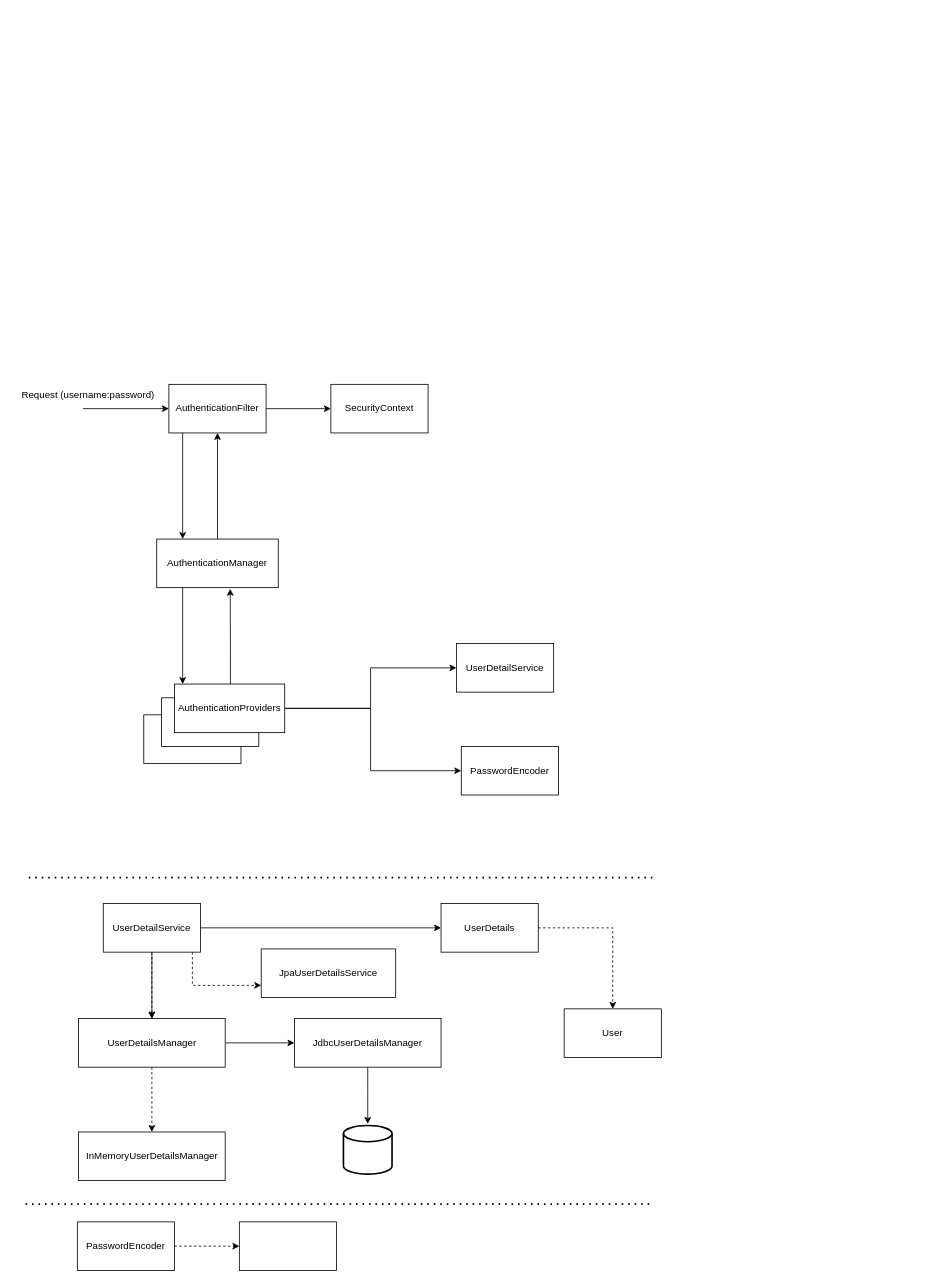
Earlier version of the draw.io diagram Spring security architecture-1.drawio (usernameAshu/spring-security-poc). Source tidied: cells renumbered, new cells numbered last; positions are measured from the earlier drawing's top-left corner, leaving out a move shared by most shapes. Both pictures are drawn from the tidied source at 81%, with x=0, y=0 at pixel (14, 384).
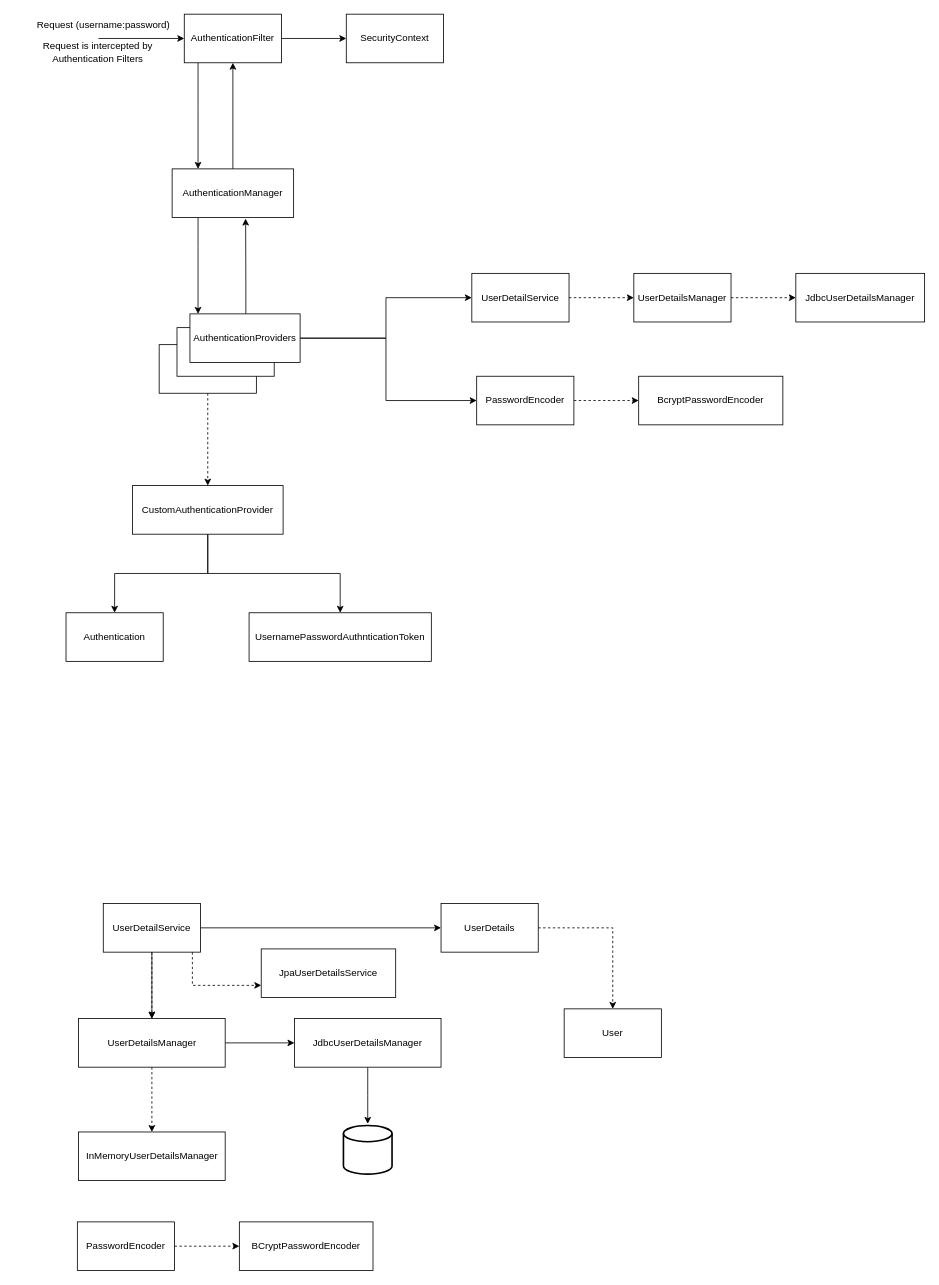
Above is the later version.

Commit message (it also covers changes not shown here):
implementing Custom Authentication provider

Change to the diagram source:
```diff
@@
     <mxCell id="2" style="edgeStyle=orthogonalEdgeStyle;rounded=0;jettySize=auto;html=1;" parent="1" edge="1" source="4" target="9">
       <mxGeometry relative="1" as="geometry">
         <Array as="points">
-          <mxPoint x="208" y="113" />
-          <mxPoint x="208" y="113" />
+          <mxPoint x="227" y="-344" />
+          <mxPoint x="227" y="-344" />
         </Array>
       </mxGeometry>
     </mxCell>
@@
     <mxCell id="4" value="AuthenticationFilter" style="rounded=0;whiteSpace=wrap;html=1;" parent="1" vertex="1">
-      <mxGeometry x="191" width="120" height="60" as="geometry" />
+      <mxGeometry x="210" y="-457" width="120" height="60" as="geometry" />
     </mxCell>
     <mxCell id="5" style="endArrow=classic;html=1;rounded=0;entryX=0;entryY=0.5;entryDx=0;entryDy=0;" parent="1" edge="1" target="4">
       <mxGeometry relative="1" as="geometry">
-        <mxPoint x="85" y="30" as="sourcePoint" />
+        <mxPoint x="104" y="-427" as="sourcePoint" />
       </mxGeometry>
     </mxCell>
     <mxCell id="6" value="Request (username:password)" style="text;html=1;align=center;verticalAlign=middle;strokeColor=none;fillColor=none;" parent="1" vertex="1">
-      <mxGeometry width="182" height="26" as="geometry" />
+      <mxGeometry x="19" y="-457" width="182" height="26" as="geometry" />
     </mxCell>
     <mxCell id="7" style="edgeStyle=orthogonalEdgeStyle;rounded=0;jettySize=auto;html=1;" parent="1" edge="1" source="9" target="15">
       <mxGeometry relative="1" as="geometry">
         <Array as="points">
-          <mxPoint x="208" y="288" />
-          <mxPoint x="208" y="288" />
+          <mxPoint x="227" y="-169" />
+          <mxPoint x="227" y="-169" />
         </Array>
       </mxGeometry>
     </mxCell>
@@
     <mxCell id="9" value="AuthenticationManager" style="rounded=0;whiteSpace=wrap;html=1;" parent="1" vertex="1">
-      <mxGeometry x="176" y="191" width="150" height="60" as="geometry" />
+      <mxGeometry x="195" y="-266" width="150" height="60" as="geometry" />
     </mxCell>
+    <mxCell id="40" style="edgeStyle=orthogonalEdgeStyle;rounded=0;jettySize=auto;html=1;dashed=1;" parent="1" edge="1" source="10" target="49">
+      <mxGeometry relative="1" as="geometry" />
+    </mxCell>
     <mxCell id="10" style="rounded=0;whiteSpace=wrap;html=1;" parent="1" vertex="1">
-      <mxGeometry x="160" y="408" width="120" height="60" as="geometry" />
+      <mxGeometry x="179" y="-49" width="120" height="60" as="geometry" />
     </mxCell>
     <mxCell id="11" style="rounded=0;whiteSpace=wrap;html=1;" parent="1" vertex="1">
-      <mxGeometry x="182" y="387" width="120" height="60" as="geometry" />
+      <mxGeometry x="201" y="-70" width="120" height="60" as="geometry" />
     </mxCell>
     <mxCell id="12" style="edgeStyle=orthogonalEdgeStyle;rounded=0;jettySize=auto;html=1;" parent="1" edge="1" source="15" target="16">
       <mxGeometry relative="1" as="geometry">
         <Array as="points">
-          <mxPoint x="440" y="400" />
-          <mxPoint x="440" y="350" />
+          <mxPoint x="459" y="-57" />
+          <mxPoint x="459" y="-107" />
         </Array>
       </mxGeometry>
     </mxCell>
     <mxCell id="13" style="edgeStyle=orthogonalEdgeStyle;rounded=0;jettySize=auto;html=1;entryX=0;entryY=0.5;entryDx=0;entryDy=0;" parent="1" edge="1" source="15" target="17">
       <mxGeometry relative="1" as="geometry">
         <Array as="points">
-          <mxPoint x="440" y="400" />
-          <mxPoint x="440" y="477" />
+          <mxPoint x="459" y="-57" />
+          <mxPoint x="459" y="20" />
         </Array>
       </mxGeometry>
     </mxCell>
     <mxCell id="14" style="edgeStyle=orthogonalEdgeStyle;rounded=0;jettySize=auto;html=1;entryX=0.605;entryY=1.023;entryDx=0;entryDy=0;entryPerimeter=0;" parent="1" edge="1" source="15" target="9">
       <mxGeometry relative="1" as="geometry">
         <Array as="points">
-          <mxPoint x="267" y="327" />
-          <mxPoint x="267" y="327" />
+          <mxPoint x="286" y="-130" />
+          <mxPoint x="286" y="-130" />
         </Array>
       </mxGeometry>
     </mxCell>
     <mxCell id="15" value="AuthenticationProviders" style="rounded=0;whiteSpace=wrap;html=1;" parent="1" vertex="1">
-      <mxGeometry x="198" y="370" width="136" height="60" as="geometry" />
+      <mxGeometry x="217" y="-87" width="136" height="60" as="geometry" />
     </mxCell>
+    <mxCell id="41" style="edgeStyle=orthogonalEdgeStyle;rounded=0;jettySize=auto;html=1;dashed=1;" parent="1" edge="1" source="16" target="44">
+      <mxGeometry relative="1" as="geometry" />
+    </mxCell>
     <mxCell id="16" value="UserDetailService" style="rounded=0;whiteSpace=wrap;html=1;" parent="1" vertex="1">
-      <mxGeometry x="546" y="320" width="120" height="60" as="geometry" />
+      <mxGeometry x="565" y="-137" width="120" height="60" as="geometry" />
     </mxCell>
+    <mxCell id="42" style="edgeStyle=orthogonalEdgeStyle;rounded=0;jettySize=auto;html=1;dashed=1;" parent="1" edge="1" source="17" target="46">
+      <mxGeometry relative="1" as="geometry" />
+    </mxCell>
     <mxCell id="17" value="PasswordEncoder" style="rounded=0;whiteSpace=wrap;html=1;" parent="1" vertex="1">
-      <mxGeometry x="552" y="447" width="120" height="60" as="geometry" />
+      <mxGeometry x="571" y="-10" width="120" height="60" as="geometry" />
     </mxCell>
     <mxCell id="18" value="SecurityContext" style="whiteSpace=wrap;html=1;rounded=0;" parent="1" vertex="1">
-      <mxGeometry x="391" width="120" height="60" as="geometry" />
+      <mxGeometry x="410" y="-457" width="120" height="60" as="geometry" />
     </mxCell>
-    <mxCell id="19" style="endArrow=none;dashed=1;html=1;dashPattern=1 3;strokeWidth=2;rounded=0;" parent="1" edge="1">
-      <mxGeometry relative="1" as="geometry">
-        <mxPoint x="18" y="609" as="sourcePoint" />
-        <mxPoint x="790" y="609" as="targetPoint" />
-      </mxGeometry>
-    </mxCell>
@@
-    <mxCell id="36" style="whiteSpace=wrap;html=1;rounded=0;" parent="1" vertex="1">
-      <mxGeometry x="278" y="1034" width="120" height="60" as="geometry" />
+    <mxCell id="36" value="BCryptPasswordEncoder" style="whiteSpace=wrap;html=1;rounded=0;" parent="1" vertex="1">
+      <mxGeometry x="278" y="1034" width="165" height="60" as="geometry" />
     </mxCell>
-    <mxCell id="37" style="endArrow=none;dashed=1;html=1;dashPattern=1 3;strokeWidth=2;rounded=0;" parent="1" edge="1">
-      <mxGeometry relative="1" as="geometry">
-        <mxPoint x="14" y="1012" as="sourcePoint" />
-        <mxPoint x="786" y="1012" as="targetPoint" />
-      </mxGeometry>
-    </mxCell>
@@
+    <mxCell id="43" style="edgeStyle=orthogonalEdgeStyle;rounded=0;jettySize=auto;html=1;dashed=1;" parent="1" edge="1" source="44" target="45">
+      <mxGeometry relative="1" as="geometry" />
+    </mxCell>
+    <mxCell id="44" value="UserDetailsManager" style="whiteSpace=wrap;html=1;rounded=0;" parent="1" vertex="1">
+      <mxGeometry x="765" y="-137" width="120" height="60" as="geometry" />
+    </mxCell>
+    <mxCell id="45" value="JdbcUserDetailsManager" style="whiteSpace=wrap;html=1;rounded=0;" parent="1" vertex="1">
+      <mxGeometry x="965" y="-137" width="159" height="60" as="geometry" />
+    </mxCell>
+    <mxCell id="46" value="BcryptPasswordEncoder" style="whiteSpace=wrap;html=1;rounded=0;" parent="1" vertex="1">
+      <mxGeometry x="771" y="-10" width="178" height="60" as="geometry" />
+    </mxCell>
+    <mxCell id="47" style="edgeStyle=orthogonalEdgeStyle;rounded=0;jettySize=auto;html=1;" parent="1" edge="1" source="49" target="51">
+      <mxGeometry relative="1" as="geometry" />
+    </mxCell>
+    <mxCell id="48" style="edgeStyle=orthogonalEdgeStyle;rounded=0;jettySize=auto;html=1;" parent="1" edge="1" source="49" target="52">
+      <mxGeometry relative="1" as="geometry" />
+    </mxCell>
+    <mxCell id="49" value="CustomAuthenticationProvider" style="whiteSpace=wrap;html=1;rounded=0;" parent="1" vertex="1">
+      <mxGeometry x="146" y="125" width="186" height="60" as="geometry" />
+    </mxCell>
+    <mxCell id="50" value="Request is intercepted by&lt;br&gt;Authentication Filters" style="text;html=1;align=center;verticalAlign=middle;strokeColor=none;fillColor=none;" parent="1" vertex="1">
+      <mxGeometry x="26" y="-431" width="153" height="41" as="geometry" />
+    </mxCell>
+    <mxCell id="51" value="UsernamePasswordAuthnticationToken" style="whiteSpace=wrap;html=1;rounded=0;" parent="1" vertex="1">
+      <mxGeometry x="290" y="282" width="225" height="60" as="geometry" />
+    </mxCell>
+    <mxCell id="52" value="Authentication" style="whiteSpace=wrap;html=1;rounded=0;" parent="1" vertex="1">
+      <mxGeometry x="64" y="282" width="120" height="60" as="geometry" />
+    </mxCell>
```
